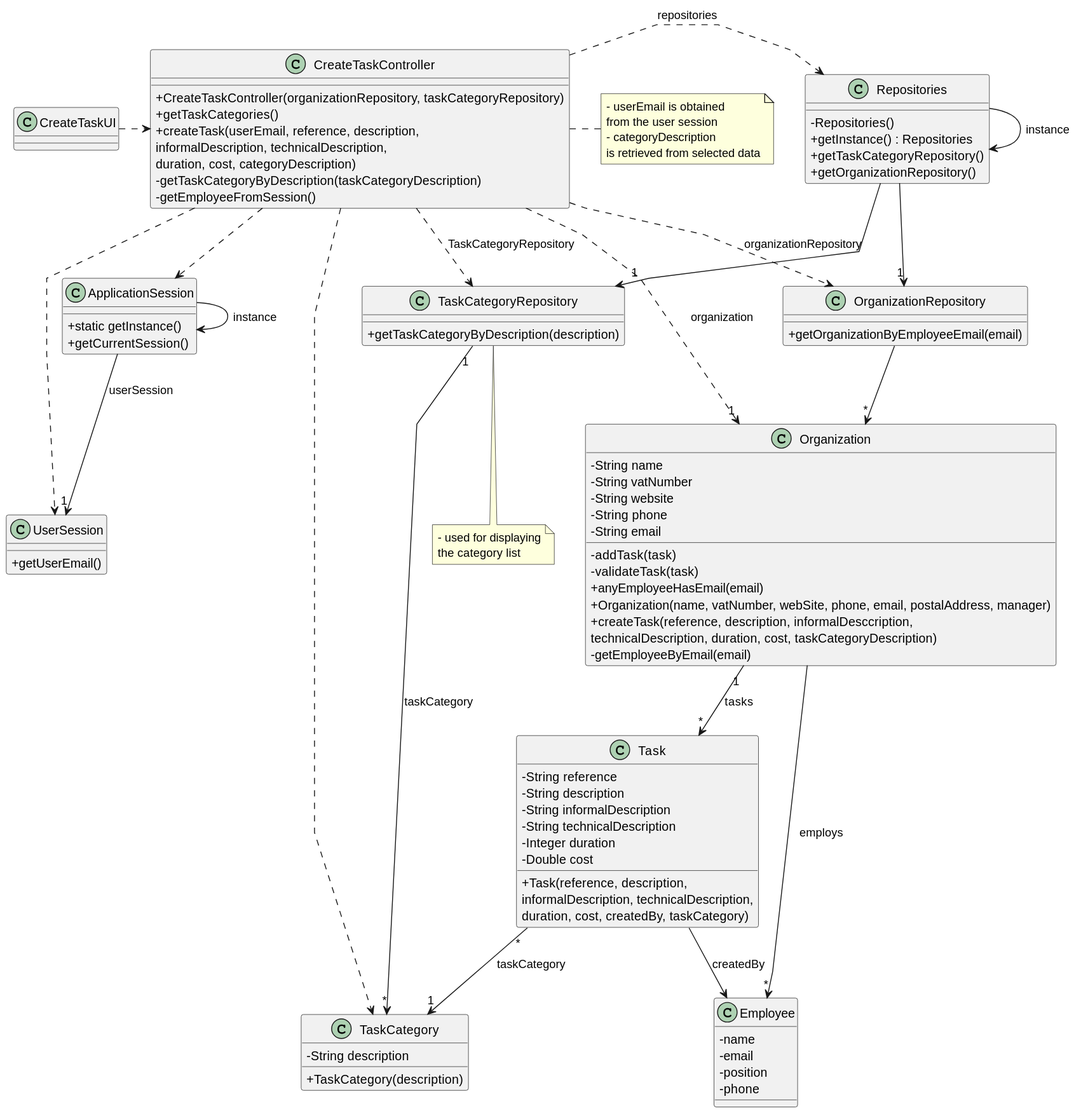
diogoveirospro/lei-24-s2-1dg-g072 keeps this PlantUML diagram as docs/sprintB/us002/03.design/svg/us002-class-diagram.svg. Above is the earlier version.
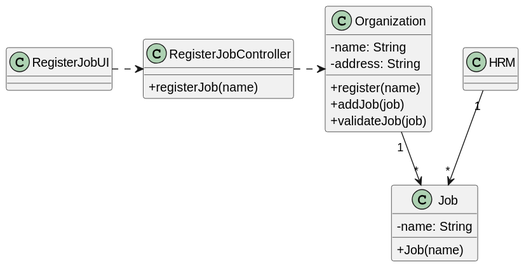
The same diagram one commit later.

Commit message:
Corrections to the partial and full sequence diagram and completion of the class diagram.

The edit, as a diff of the source:
```diff
@@ -6,120 +6,34 @@
 skinparam classAttributeIconSize 0
 
 
-class ApplicationSession
-{
-    + static getInstance()
-    + getCurrentSession()
+class Job {
+    - name: String
+
+    + Job(name)
 }
 
-class UserSession
-{
-    + getUserEmail()
-}
-
-class Employee {
-    - name
-    - email
-    - position
-    - phone
-}
-
-class Task {
-    - String reference
-    - String description
-    - String informalDescription
-    - String technicalDescription
-    - Integer duration
-    - Double cost
-
-    + Task(reference, description,\ninformalDescription, technicalDescription,\nduration, cost, createdBy, taskCategory)
-}
-
-class TaskCategory {
-    - String description
-
-    + TaskCategory(description)
+class HRM {
 }
 
 class Organization {
-    - String name
-    - String vatNumber
-    - String website
-    - String phone
-    - String email
+    - name: String
+    - address: String
 
-    - addTask(task)
-    - validateTask(task)
-    + anyEmployeeHasEmail(email)
-    + Organization(name, vatNumber, webSite, phone, email, postalAddress, manager)
-    + createTask(reference, description, informalDesccription,\ntechnicalDescription, duration, cost, taskCategoryDescription)
-    - getEmployeeByEmail(email)
+    + register(name)
+    + addJob(job)
+    + validateJob(job)
+}
+
+class RegisterJobUI {
 
 }
 
-class TaskCategoryRepository {
-    + getTaskCategoryByDescription(description)
+class RegisterJobController {
+    + registerJob(name)
 }
 
-class OrganizationRepository {
-    + getOrganizationByEmployeeEmail(email)
-}
-
-class Repositories {
-    - Repositories()
-    + getInstance() : Repositories
-    + getTaskCategoryRepository()
-    + getOrganizationRepository()
-}
-
-class CreateTaskController {
-    + CreateTaskController(organizationRepository, taskCategoryRepository)
-    + getTaskCategories()
-    + createTask(userEmail, reference, description,\ninformalDescription, technicalDescription,\nduration, cost, categoryDescription)
-    - getTaskCategoryByDescription(taskCategoryDescription)
-    - getEmployeeFromSession()
-}
-
-note right of CreateTaskController
-    - userEmail is obtained
-    from the user session
-    - categoryDescription
-    is retrieved from selected data
-end note
-
-note bottom of TaskCategoryRepository
-    - used for displaying
-    the category list
-end note
-
-class CreateTaskUI {
-}
-
-Repositories -> Repositories : instance
-ApplicationSession -> ApplicationSession : instance
-
-CreateTaskUI .> CreateTaskController
-
-CreateTaskController .> Repositories : repositories
-
-Repositories -> "1" TaskCategoryRepository
-
-CreateTaskController ..> TaskCategory
-CreateTaskController ..> OrganizationRepository : organizationRepository
-CreateTaskController ..> TaskCategoryRepository : TaskCategoryRepository
-
-Repositories --> "1" OrganizationRepository
-
-OrganizationRepository --> "*" Organization
-ApplicationSession --> "1" UserSession : userSession
-
-CreateTaskController ..> "1" Organization : organization
-CreateTaskController ..> ApplicationSession
-CreateTaskController ..> UserSession
-Task "*" --> "1" TaskCategory : taskCategory
-TaskCategoryRepository "1" --> "*" TaskCategory : taskCategory
-Organization "1" --> "*" Task : tasks
-Task --> Employee : createdBy
-
-Organization --> "*" Employee : employs
+HRM "1" --> "*" Job
+Organization "1" --> "*" Job
+RegisterJobUI .> RegisterJobController
+RegisterJobController .> Organization
 @enduml
```
